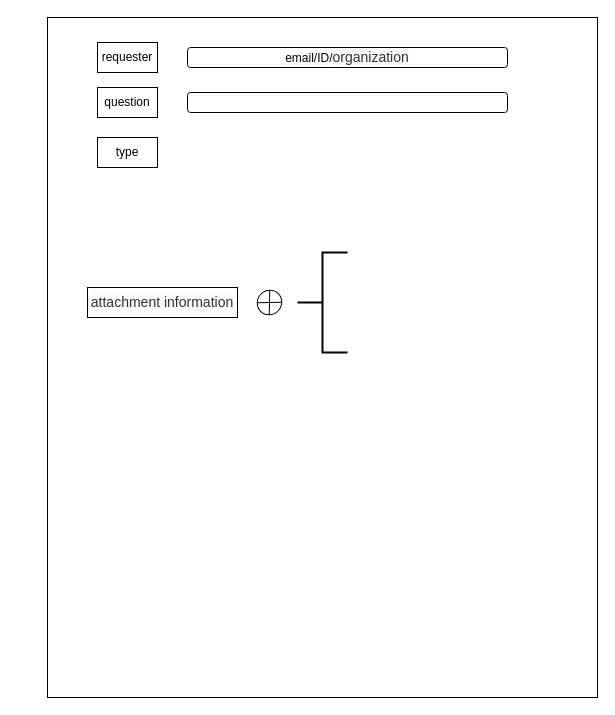
CherLotte/diagrams keeps this draw.io diagram as Untitled Diagram.drawio. Above is the earlier version. Source tidied: cells renumbered, new cells numbered last; positions are measured from the earlier drawing's top-left corner, leaving out a move shared by most shapes. Both pictures are drawn from the tidied source at 100%, with x=0, y=0 at pixel (47, 17).
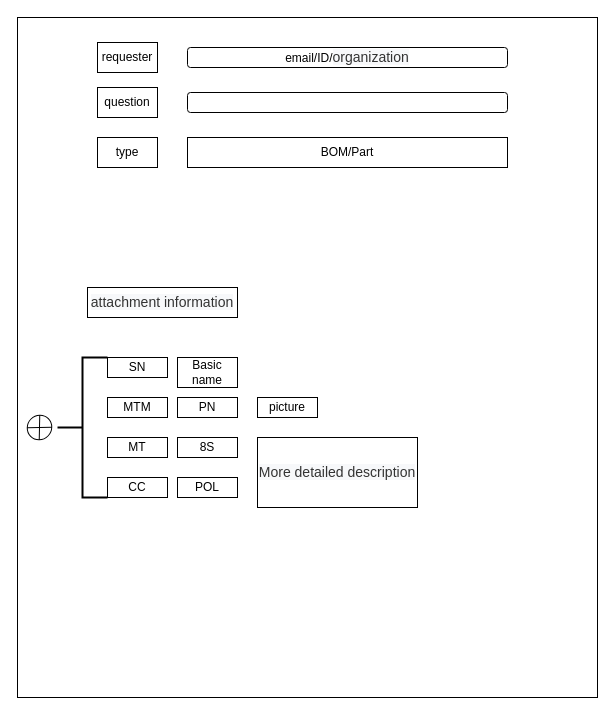
Above is the later version.

Diff of the diagram source:
```diff
@@
     <mxCell id="2" style="rounded=0;whiteSpace=wrap;html=1;" parent="1" vertex="1">
-      <mxGeometry width="550" height="680" as="geometry" />
+      <mxGeometry x="-30" width="580" height="680" as="geometry" />
     </mxCell>
@@
     <mxCell id="9" style="verticalLabelPosition=bottom;verticalAlign=top;html=1;shape=mxgraph.flowchart.or;rotation=45;" parent="1" vertex="1">
-      <mxGeometry x="210" y="272.5" width="24" height="25" as="geometry" />
+      <mxGeometry x="-20" y="397.5" width="24" height="25" as="geometry" />
     </mxCell>
     <mxCell id="10" style="strokeWidth=2;html=1;shape=mxgraph.flowchart.annotation_2;align=left;labelPosition=right;" parent="1" vertex="1">
-      <mxGeometry x="250" y="235" width="50" height="100" as="geometry" />
+      <mxGeometry x="10" y="340" width="50" height="140" as="geometry" />
     </mxCell>
+    <mxCell id="11" value="BOM/Part" style="rounded=0;whiteSpace=wrap;html=1;" parent="1" vertex="1">
+      <mxGeometry x="140" y="120" width="320" height="30" as="geometry" />
+    </mxCell>
+    <mxCell id="12" value="SN" style="rounded=0;whiteSpace=wrap;html=1;" parent="1" vertex="1">
+      <mxGeometry x="60" y="340" width="60" height="20" as="geometry" />
+    </mxCell>
+    <mxCell id="13" value="MTM" style="rounded=0;whiteSpace=wrap;html=1;" parent="1" vertex="1">
+      <mxGeometry x="60" y="380" width="60" height="20" as="geometry" />
+    </mxCell>
+    <mxCell id="14" value="MT" style="rounded=0;whiteSpace=wrap;html=1;" parent="1" vertex="1">
+      <mxGeometry x="60" y="420" width="60" height="20" as="geometry" />
+    </mxCell>
+    <mxCell id="15" value="CC" style="rounded=0;whiteSpace=wrap;html=1;" parent="1" vertex="1">
+      <mxGeometry x="60" y="460" width="60" height="20" as="geometry" />
+    </mxCell>
+    <mxCell id="16" value="Basic name" style="rounded=0;whiteSpace=wrap;html=1;" parent="1" vertex="1">
+      <mxGeometry x="130" y="340" width="60" height="30" as="geometry" />
+    </mxCell>
+    <mxCell id="17" value="PN" style="rounded=0;whiteSpace=wrap;html=1;" parent="1" vertex="1">
+      <mxGeometry x="130" y="380" width="60" height="20" as="geometry" />
+    </mxCell>
+    <mxCell id="18" value="8S" style="rounded=0;whiteSpace=wrap;html=1;" parent="1" vertex="1">
+      <mxGeometry x="130" y="420" width="60" height="20" as="geometry" />
+    </mxCell>
+    <mxCell id="19" value="POL" style="rounded=0;whiteSpace=wrap;html=1;" parent="1" vertex="1">
+      <mxGeometry x="130" y="460" width="60" height="20" as="geometry" />
+    </mxCell>
+    <mxCell id="20" value="picture" style="rounded=0;whiteSpace=wrap;html=1;" parent="1" vertex="1">
+      <mxGeometry x="210" y="380" width="60" height="20" as="geometry" />
+    </mxCell>
+    <mxCell id="21" value="&lt;span style=&quot;color: rgb(51 , 51 , 51) ; font-family: &amp;#34;tahoma&amp;#34; , &amp;#34;microsoft yahei&amp;#34; , , , &amp;#34;malgun gothic&amp;#34; , sans-serif ; font-size: 14px ; line-height: 25.9896px ; text-align: justify ; background-color: rgb(247 , 248 , 250)&quot;&gt;More detailed description&lt;/span&gt;" style="rounded=0;whiteSpace=wrap;html=1;" parent="1" vertex="1">
+      <mxGeometry x="210" y="420" width="160" height="70" as="geometry" />
+    </mxCell>
```
